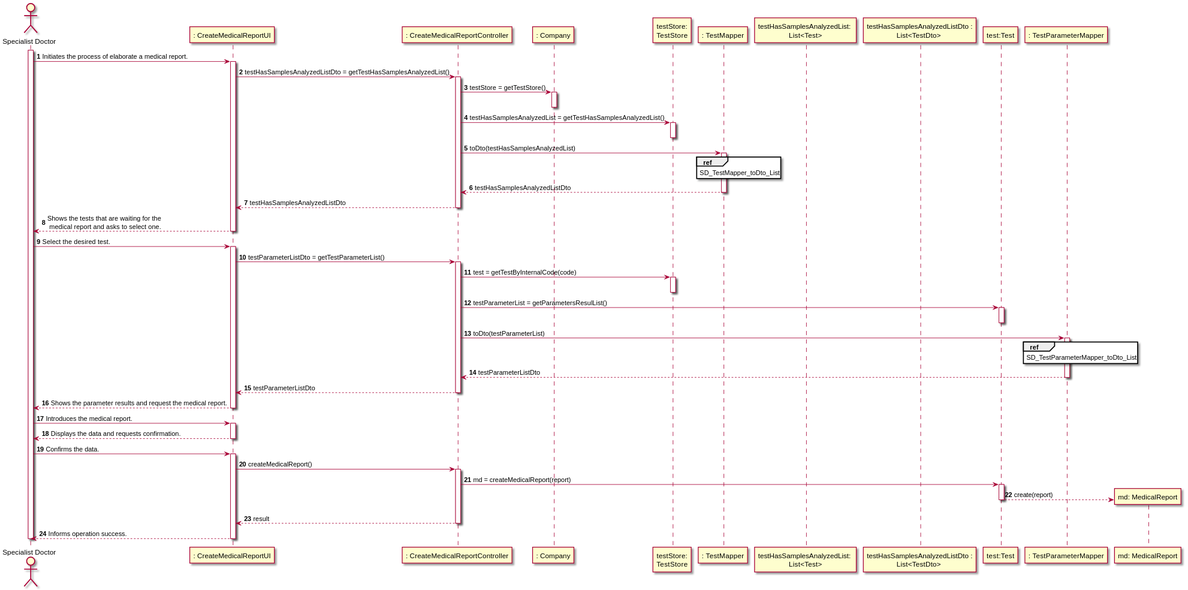
Earlier version of the PlantUML export docs/SprintC/US14/US14_SD.svg (manu-07-ela/LAPR2_ISEP).
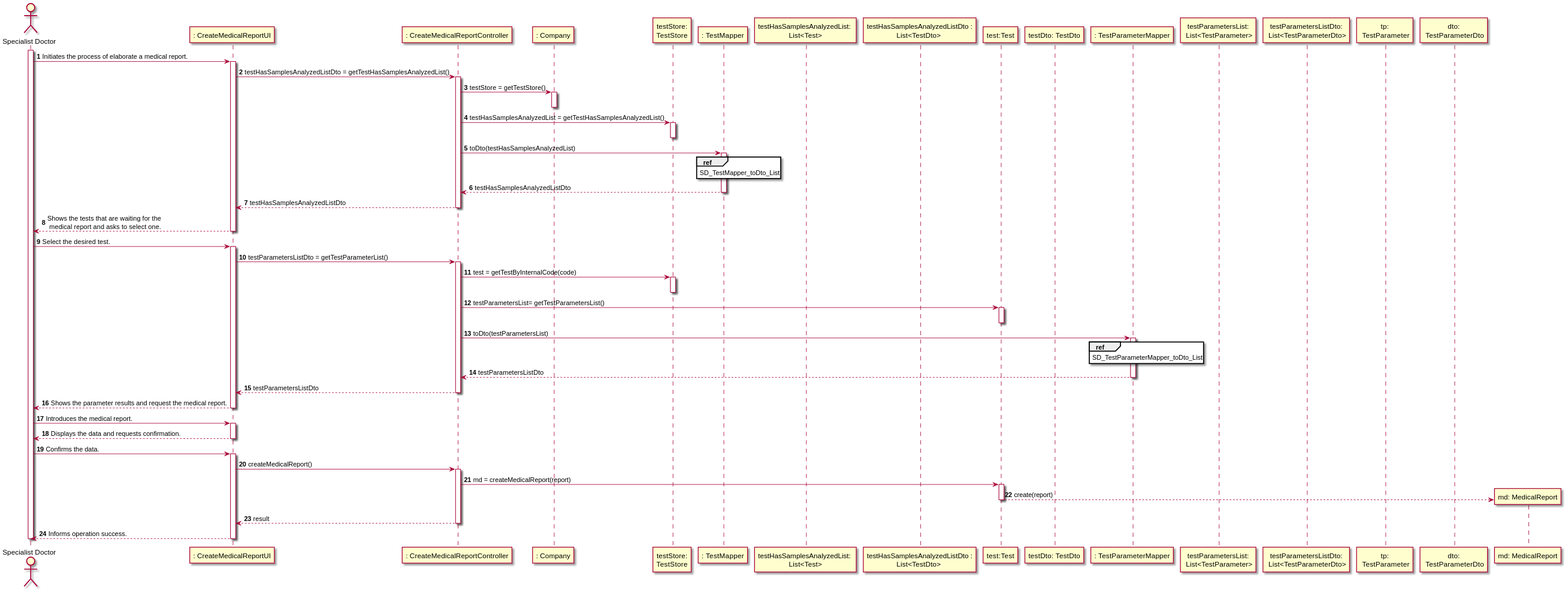
Later version of the same file.

What changed in the source:
```diff
@@ -9,9 +9,13 @@
 participant ": TestMapper" as tMAPPER
 participant "testHasSamplesAnalyzedList: \nList<Test>" as List
 participant "testHasSamplesAnalyzedListDto :\nList<TestDto> " as TDto
-participant "dto: TestDto" as TDto
 participant "test:Test" as TEST
+participant "testDto: TestDto" as TestDtoc
 participant ": TestParameterMapper" as tpMAPPER
+participant "testParametersList:\n List<TestParameter>" as lTP
+participant "testParametersListDto:\n List<TestParameterDto>" as lTPDto
+participant "tp:\n TestParameter" as TP
+participant "dto:\n TestParameterDto" as TPDto
 participant "md: MedicalReport" as REPORT
 
 activate Doctor
@@ -39,22 +43,22 @@
 
 Doctor -> UI :  Select the desired test.
 activate UI
-UI -> CTRL : testParameterListDto = getTestParameterList()
+UI -> CTRL : testParametersListDto = getTestParameterList()
 activate CTRL
 CTRL -> TS : test = getTestByInternalCode(code)
 activate TS
 deactivate TS
-CTRL -> TEST : testParameterList = getParametersResulList()
+CTRL -> TEST : testParametersList= getTestParametersList()
 activate TEST
 deactivate TEST
-CTRL -> tpMAPPER : toDto(testParameterList)
+CTRL -> tpMAPPER : toDto(testParametersList)
 activate tpMAPPER
 ref over tpMAPPER
 SD_TestParameterMapper_toDto_List
 end ref
-tpMAPPER --> CTRL : testParameterListDto
+tpMAPPER --> CTRL : testParametersListDto
 deactivate tpMAPPER
-CTRL --> UI : testParameterListDto
+CTRL --> UI : testParametersListDto
 deactivate CTRL
 UI --> Doctor : Shows the parameter results and request the medical report.
 deactivate UI
```
